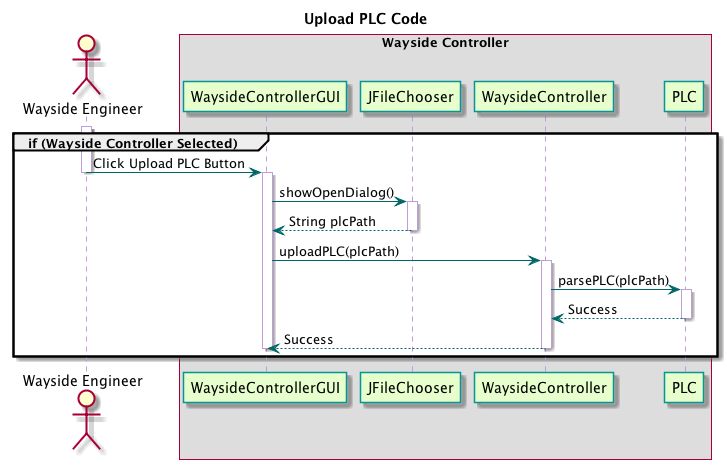
The PlantUML diagram TrainSystem/yUML/Sequence Diagrams/TrackController/UploadPlcCode-TrackController.png in kevingilboy/COE1186, before a commit.
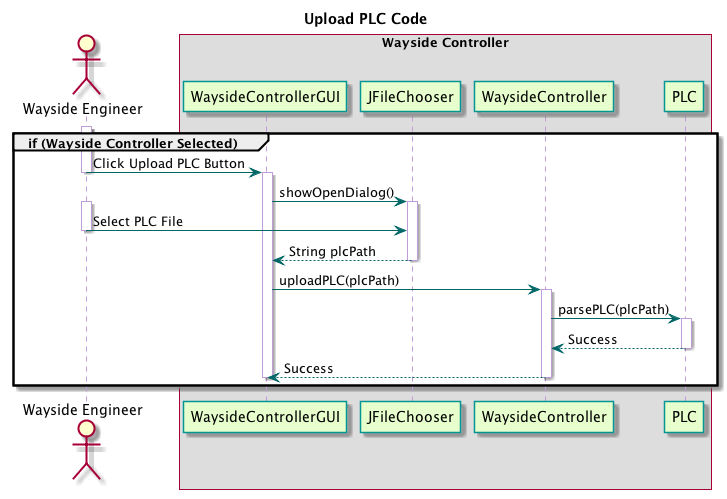
After the change.

Commit message:
Updated upload PLC sequence diagram

The edit, as a diff of the source:
```diff
@@ -28,6 +28,9 @@
 	WaysideControllerGUI -> JFileChooser : showOpenDialog()
 
 	activate JFileChooser
+	activate "Wayside Engineer"
+	"Wayside Engineer" -> JFileChooser : Select PLC File
+	deactivate "Wayside Engineer"
 	JFileChooser --> WaysideControllerGUI : String plcPath
 	deactivate JFileChooser
 	WaysideControllerGUI -> WaysideController : uploadPLC(plcPath)
```
